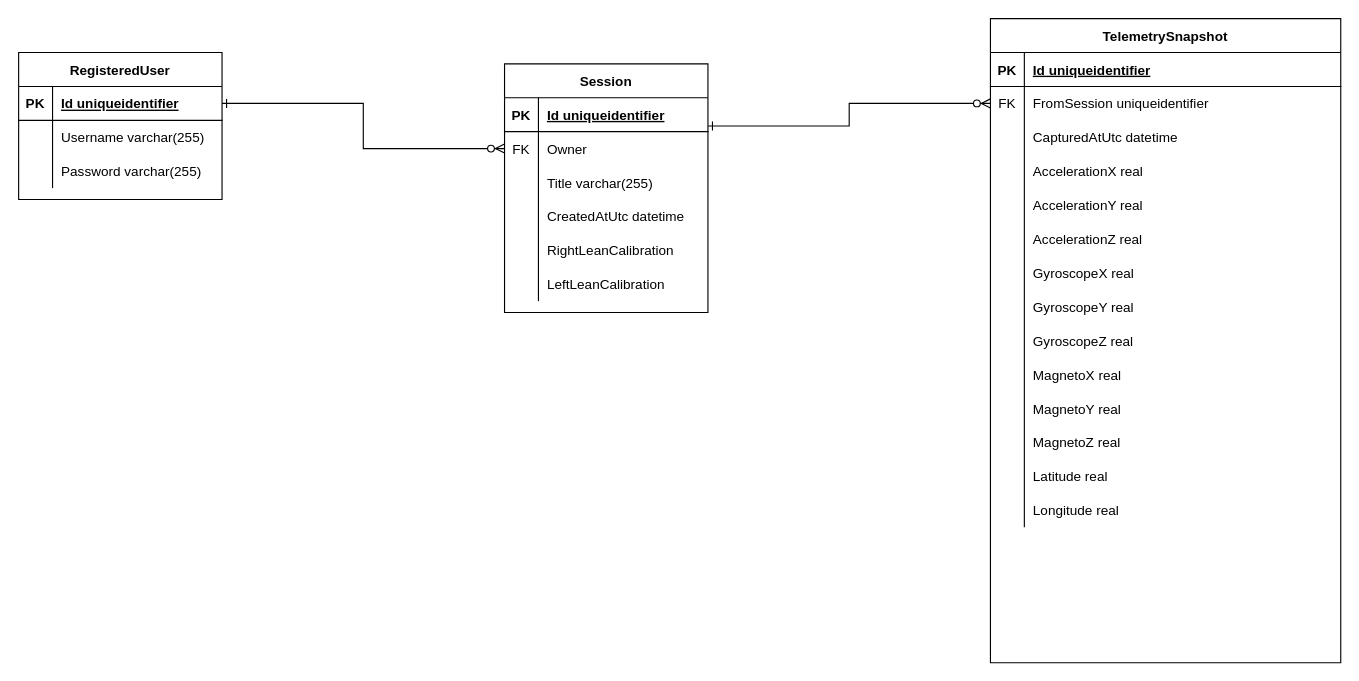
Earlier version of the draw.io diagram ERD.drawio (TimHanewich/TimHanewich.TelemetryFeed). Source tidied: cells renumbered, new cells numbered last; positions are measured from the earlier drawing's top-left corner, leaving out a move shared by most shapes. Both pictures are drawn from the tidied source at 113%, with x=0, y=0 at pixel (18, 18).
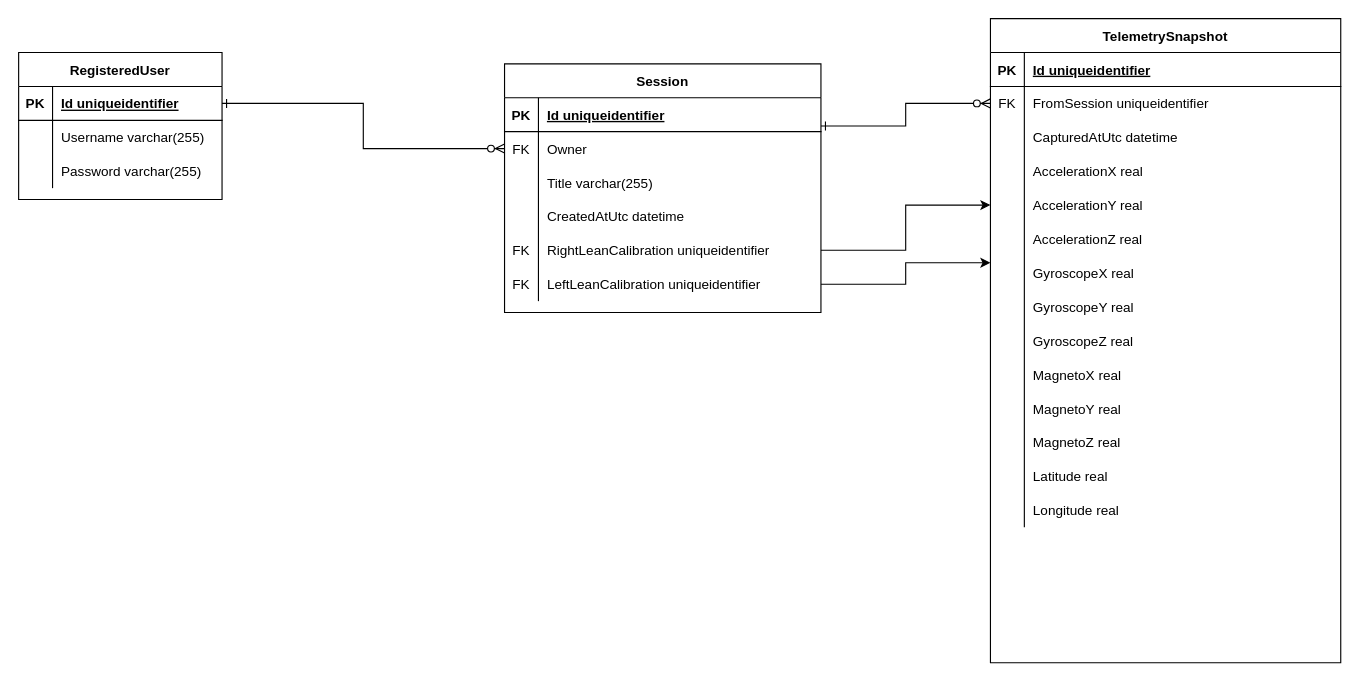
The same diagram, later.

Unchanged cells that the change refers to:
```xml
<mxCell id="15" style="shape=partialRectangle;fillColor=none;top=0;left=0;bottom=0;right=0;points=[[0,0.5],[1,0.5]];portConstraint=eastwest;" parent="2" vertex="1">
  <mxGeometry y="150" width="310" height="30" as="geometry" />
</mxCell>
<mxCell id="21" style="shape=partialRectangle;fillColor=none;top=0;left=0;bottom=0;right=0;points=[[0,0.5],[1,0.5]];portConstraint=eastwest;" parent="2" vertex="1">
  <mxGeometry y="210" width="310" height="30" as="geometry" />
</mxCell>
```

Diff of the diagram source:
```diff
@@
     <mxCell id="45" value="Session" style="shape=table;startSize=30;childLayout=tableLayout;rowLines=0;fontStyle=1;align=center;" parent="1" vertex="1">
-      <mxGeometry x="430" y="40" width="180" height="220" as="geometry" />
+      <mxGeometry x="430" y="40" width="280" height="220" as="geometry" />
     </mxCell>
     <mxCell id="46" style="shape=partialRectangle;fillColor=none;top=0;left=0;bottom=1;right=0;" parent="45" vertex="1">
-      <mxGeometry y="30" width="180" height="30" as="geometry" />
+      <mxGeometry y="30" width="280" height="30" as="geometry" />
     </mxCell>
@@
     <mxCell id="48" value="Id uniqueidentifier" style="shape=partialRectangle;fillColor=none;top=0;left=0;bottom=0;right=0;align=left;spacingLeft=6;fontStyle=5;overflow=hidden;" parent="46" vertex="1">
-      <mxGeometry x="30" width="150" height="30" as="geometry" />
+      <mxGeometry x="30" width="250" height="30" as="geometry" />
     </mxCell>
     <mxCell id="49" style="shape=partialRectangle;fillColor=none;top=0;left=0;bottom=0;right=0;points=[[0,0.5],[1,0.5]];portConstraint=eastwest;" parent="45" vertex="1">
-      <mxGeometry y="60" width="180" height="30" as="geometry" />
+      <mxGeometry y="60" width="280" height="30" as="geometry" />
     </mxCell>
@@
     <mxCell id="51" value="Owner" style="shape=partialRectangle;fillColor=none;top=0;left=0;bottom=0;right=0;align=left;spacingLeft=6;overflow=hidden;" parent="49" vertex="1">
-      <mxGeometry x="30" width="150" height="30" as="geometry" />
+      <mxGeometry x="30" width="250" height="30" as="geometry" />
     </mxCell>
     <mxCell id="52" style="shape=partialRectangle;fillColor=none;top=0;left=0;bottom=0;right=0;" parent="45" vertex="1">
-      <mxGeometry y="90" width="180" height="30" as="geometry" />
+      <mxGeometry y="90" width="280" height="30" as="geometry" />
     </mxCell>
@@
     <mxCell id="54" value="Title varchar(255)" style="shape=partialRectangle;fillColor=none;top=0;left=0;bottom=0;right=0;align=left;spacingLeft=6;overflow=hidden;" parent="52" vertex="1">
-      <mxGeometry x="30" width="150" height="30" as="geometry" />
+      <mxGeometry x="30" width="250" height="30" as="geometry" />
     </mxCell>
     <mxCell id="55" style="shape=partialRectangle;fillColor=none;top=0;left=0;bottom=0;right=0;" parent="45" vertex="1">
-      <mxGeometry y="120" width="180" height="30" as="geometry" />
+      <mxGeometry y="120" width="280" height="30" as="geometry" />
     </mxCell>
@@
     <mxCell id="57" value="CreatedAtUtc datetime" style="shape=partialRectangle;fillColor=none;top=0;left=0;bottom=0;right=0;align=left;spacingLeft=6;overflow=hidden;" parent="55" vertex="1">
-      <mxGeometry x="30" width="150" height="30" as="geometry" />
+      <mxGeometry x="30" width="250" height="30" as="geometry" />
     </mxCell>
     <mxCell id="58" style="shape=partialRectangle;fillColor=none;top=0;left=0;bottom=0;right=0;points=[[0,0.5],[1,0.5]];portConstraint=eastwest;" parent="45" vertex="1">
-      <mxGeometry y="150" width="180" height="30" as="geometry" />
+      <mxGeometry y="150" width="280" height="30" as="geometry" />
     </mxCell>
-    <mxCell id="59" style="shape=partialRectangle;fillColor=none;top=0;left=0;bottom=0;right=0;overflow=hidden;" parent="58" vertex="1">
+    <mxCell id="59" value="FK" style="shape=partialRectangle;fillColor=none;top=0;left=0;bottom=0;right=0;overflow=hidden;" parent="58" vertex="1">
       <mxGeometry width="30" height="30" as="geometry" />
     </mxCell>
-    <mxCell id="60" value="RightLeanCalibration" style="shape=partialRectangle;fillColor=none;top=0;left=0;bottom=0;right=0;align=left;spacingLeft=6;overflow=hidden;" parent="58" vertex="1">
-      <mxGeometry x="30" width="150" height="30" as="geometry" />
+    <mxCell id="60" value="RightLeanCalibration uniqueidentifier" style="shape=partialRectangle;fillColor=none;top=0;left=0;bottom=0;right=0;align=left;spacingLeft=6;overflow=hidden;" parent="58" vertex="1">
+      <mxGeometry x="30" width="250" height="30" as="geometry" />
     </mxCell>
     <mxCell id="61" style="shape=partialRectangle;fillColor=none;top=0;left=0;bottom=0;right=0;points=[[0,0.5],[1,0.5]];portConstraint=eastwest;" parent="45" vertex="1">
-      <mxGeometry y="180" width="180" height="30" as="geometry" />
+      <mxGeometry y="180" width="280" height="30" as="geometry" />
     </mxCell>
-    <mxCell id="62" style="shape=partialRectangle;fillColor=none;top=0;left=0;bottom=0;right=0;overflow=hidden;" parent="61" vertex="1">
+    <mxCell id="62" value="FK" style="shape=partialRectangle;fillColor=none;top=0;left=0;bottom=0;right=0;overflow=hidden;" parent="61" vertex="1">
       <mxGeometry width="30" height="30" as="geometry" />
     </mxCell>
-    <mxCell id="63" value="LeftLeanCalibration" style="shape=partialRectangle;fillColor=none;top=0;left=0;bottom=0;right=0;align=left;spacingLeft=6;overflow=hidden;" parent="61" vertex="1">
-      <mxGeometry x="30" width="150" height="30" as="geometry" />
+    <mxCell id="63" value="LeftLeanCalibration uniqueidentifier" style="shape=partialRectangle;fillColor=none;top=0;left=0;bottom=0;right=0;align=left;spacingLeft=6;overflow=hidden;" parent="61" vertex="1">
+      <mxGeometry x="30" width="250" height="30" as="geometry" />
     </mxCell>
@@
+    <mxCell id="76" style="edgeStyle=orthogonalEdgeStyle;rounded=0;jettySize=auto;html=1;exitX=1;exitY=0.5;exitDx=0;exitDy=0;entryX=0;entryY=0.5;entryDx=0;entryDy=0;" parent="1" edge="1" source="58" target="15">
+      <mxGeometry relative="1" as="geometry" />
+    </mxCell>
+    <mxCell id="77" style="edgeStyle=orthogonalEdgeStyle;rounded=0;jettySize=auto;html=1;exitX=1;exitY=0.5;exitDx=0;exitDy=0;entryX=0;entryY=0.2;entryDx=0;entryDy=0;entryPerimeter=0;" parent="1" edge="1" source="61" target="21">
+      <mxGeometry relative="1" as="geometry" />
+    </mxCell>
```
